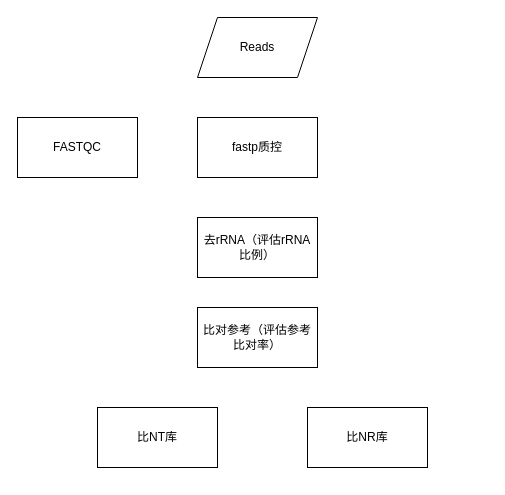
Before: doc/Untitled Diagram.drawio in apanhui/autopipe, a draw.io diagram. Source tidied: cells renumbered, new cells numbered last; positions are measured from the earlier drawing's top-left corner, leaving out a move shared by most shapes. Both pictures are drawn from the tidied source at 100%, with x=0, y=0 at pixel (17, 17).
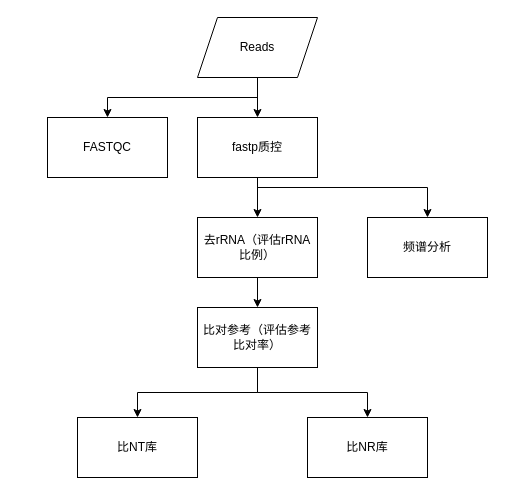
The same diagram, later.

What changed in the source:
```diff
@@
 <mxGraphModel>
   <root>
     <mxCell id="0" />
     <mxCell id="1" parent="0" />
+    <mxCell id="9" style="edgeStyle=orthogonalEdgeStyle;rounded=0;jettySize=auto;html=1;entryX=0.5;entryY=0;entryDx=0;entryDy=0;exitX=0.5;exitY=1;exitDx=0;exitDy=0;" parent="1" edge="1" source="2" target="3">
+      <mxGeometry relative="1" as="geometry" />
+    </mxCell>
     <mxCell id="2" value="Reads" style="shape=parallelogram;perimeter=parallelogramPerimeter;whiteSpace=wrap;html=1;fixedSize=1;" parent="1" vertex="1">
       <mxGeometry x="180" width="120" height="60" as="geometry" />
     </mxCell>
     <mxCell id="3" value="FASTQC" style="rounded=0;whiteSpace=wrap;html=1;" parent="1" vertex="1">
-      <mxGeometry y="100" width="120" height="60" as="geometry" />
+      <mxGeometry x="30" y="100" width="120" height="60" as="geometry" />
     </mxCell>
+    <mxCell id="10" style="edgeStyle=orthogonalEdgeStyle;rounded=0;jettySize=auto;html=1;" parent="1" edge="1" source="4" target="5">
+      <mxGeometry relative="1" as="geometry" />
+    </mxCell>
+    <mxCell id="11" style="edgeStyle=orthogonalEdgeStyle;rounded=0;jettySize=auto;html=1;entryX=0.5;entryY=0;entryDx=0;entryDy=0;" parent="1" edge="1" target="14">
+      <mxGeometry relative="1" as="geometry">
+        <mxPoint x="240" y="170" as="sourcePoint" />
+        <Array as="points">
+          <mxPoint x="410" y="170" />
+        </Array>
+      </mxGeometry>
+    </mxCell>
     <mxCell id="4" value="fastp质控" style="rounded=0;whiteSpace=wrap;html=1;" parent="1" vertex="1">
       <mxGeometry x="180" y="100" width="120" height="60" as="geometry" />
     </mxCell>
+    <mxCell id="12" style="edgeStyle=orthogonalEdgeStyle;rounded=0;jettySize=auto;html=1;" parent="1" edge="1" source="5" target="6">
+      <mxGeometry relative="1" as="geometry" />
+    </mxCell>
     <mxCell id="5" value="去rRNA（评估rRNA比例）" style="rounded=0;whiteSpace=wrap;html=1;" parent="1" vertex="1">
       <mxGeometry x="180" y="200" width="120" height="60" as="geometry" />
     </mxCell>
+    <mxCell id="13" style="edgeStyle=orthogonalEdgeStyle;rounded=0;jettySize=auto;html=1;" parent="1" edge="1" source="6" target="7">
+      <mxGeometry relative="1" as="geometry" />
+    </mxCell>
     <mxCell id="6" value="比对参考（评估参考比对率）" style="rounded=0;whiteSpace=wrap;html=1;" parent="1" vertex="1">
       <mxGeometry x="180" y="290" width="120" height="60" as="geometry" />
     </mxCell>
     <mxCell id="7" value="比NT库" style="rounded=0;whiteSpace=wrap;html=1;" parent="1" vertex="1">
-      <mxGeometry x="80" y="390" width="120" height="60" as="geometry" />
+      <mxGeometry x="60" y="400" width="120" height="60" as="geometry" />
     </mxCell>
     <mxCell id="8" value="比NR库" style="rounded=0;whiteSpace=wrap;html=1;" parent="1" vertex="1">
-      <mxGeometry x="290" y="390" width="120" height="60" as="geometry" />
+      <mxGeometry x="290" y="400" width="120" height="60" as="geometry" />
     </mxCell>
+    <mxCell id="14" value="频谱分析" style="rounded=0;whiteSpace=wrap;html=1;" parent="1" vertex="1">
+      <mxGeometry x="350" y="200" width="120" height="60" as="geometry" />
+    </mxCell>
+    <mxCell id="15" style="endArrow=classic;html=1;rounded=0;entryX=0.5;entryY=0;entryDx=0;entryDy=0;exitX=0.5;exitY=1;exitDx=0;exitDy=0;" parent="1" edge="1" source="2" target="4">
+      <mxGeometry relative="1" as="geometry" />
+    </mxCell>
+    <mxCell id="16" style="edgeStyle=orthogonalEdgeStyle;rounded=0;jettySize=auto;html=1;exitX=0.5;exitY=1;exitDx=0;exitDy=0;" parent="1" edge="1" source="6" target="8">
+      <mxGeometry relative="1" as="geometry" />
+    </mxCell>
   </root>
 </mxGraphModel>
```
